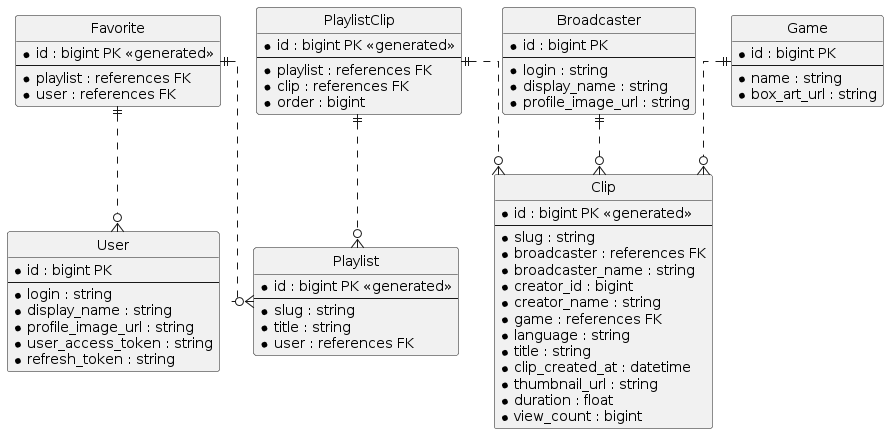
Before: Documents/img/README/ER.png, a diagram exported from PlantUML (I635230/list-it-bro-product).
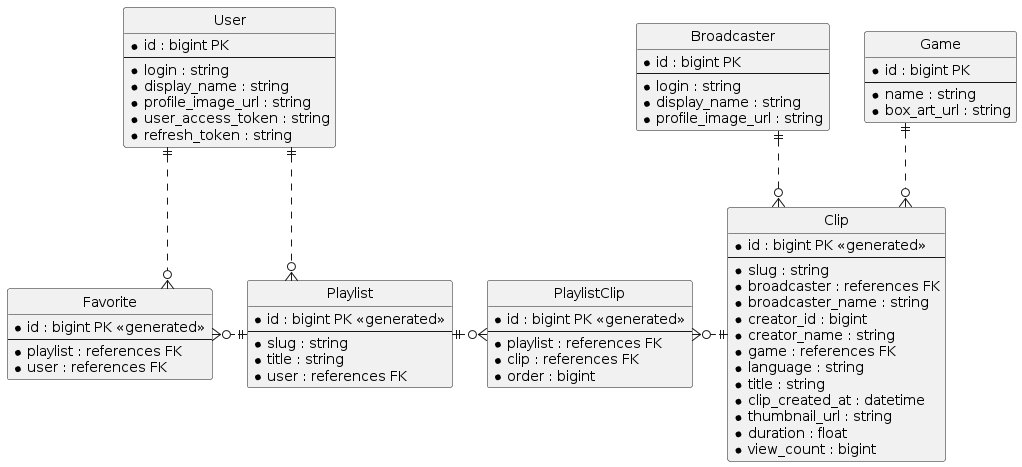
The same file after the commit.

Change to the diagram source:
```diff
@@ -69,10 +69,11 @@
 }
 
 
-e01 ||..o{ e02
-e01 ||..o{ e03
-e04 ||..o{ e03
-e04 ||..o{ e05
-e06 ||..o{ e05
-e07 ||..o{ e05
+e02 ||..o{ e01
+e03 ||.l..o{ e01
+e02 ||..o{ e03
+e03 ||.r..o{ e04
+e05 ||.l..o{ e04
+e06 ||.d.o{ e05
+e07 ||.d.o{ e05
 @enduml
```
